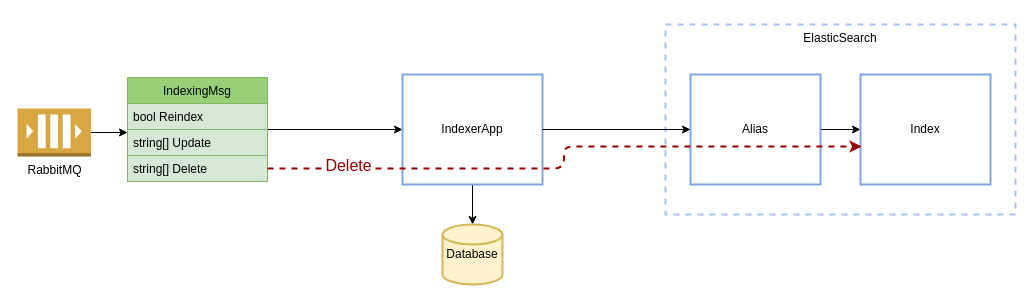
Above: page "indexer-delete" (2 of 5) of doc/indexer-app.drawio in ozzy-ext-mylab/indexer-app (draw.io), before the change. Source tidied: cells renumbered, new cells numbered last; positions are measured from the earlier drawing's top-left corner, leaving out a move shared by most shapes. Both pictures are drawn from the tidied source at 100%, with x=0, y=0 at pixel (17, 24).
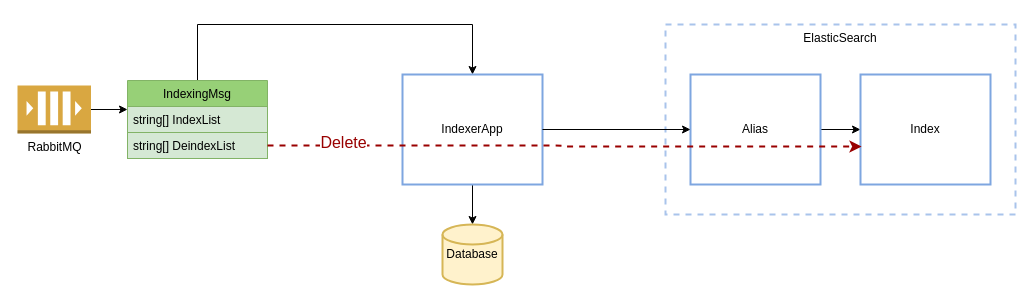
The same diagram, later.

The change refers to these unchanged cells:
```xml
<mxCell id="11" value="IndexerApp" style="rounded=0;whiteSpace=wrap;html=1;verticalAlign=middle;strokeWidth=2;strokeColor=#7EA6E0;" parent="1" vertex="1">
  <mxGeometry x="385" y="50" width="140" height="110" as="geometry" />
</mxCell>
```

Diff of the diagram source:
```diff
@@
     <mxCell id="4" value="RabbitMQ" style="outlineConnect=0;dashed=0;verticalLabelPosition=bottom;verticalAlign=top;align=center;html=1;shape=mxgraph.aws3.queue;fillColor=#D9A741;gradientColor=none;" parent="1" vertex="1">
-      <mxGeometry y="84" width="73.5" height="48" as="geometry" />
+      <mxGeometry y="61" width="73.5" height="48" as="geometry" />
     </mxCell>
-    <mxCell id="5" style="edgeStyle=orthogonalEdgeStyle;rounded=0;jettySize=auto;html=1;entryX=0;entryY=0.5;entryDx=0;entryDy=0;" parent="1" edge="1" source="6" target="11">
-      <mxGeometry relative="1" as="geometry" />
+    <mxCell id="5" style="edgeStyle=orthogonalEdgeStyle;rounded=0;jettySize=auto;html=1;entryX=0.5;entryY=0;entryDx=0;entryDy=0;exitX=0.5;exitY=0;exitDx=0;exitDy=0;" parent="1" edge="1" source="6" target="11">
+      <mxGeometry relative="1" as="geometry">
+        <Array as="points">
+          <mxPoint x="180" />
+          <mxPoint x="455" />
+        </Array>
+      </mxGeometry>
     </mxCell>
     <mxCell id="6" value="IndexingMsg" style="swimlane;fontStyle=0;horizontal=1;startSize=26;fillColor=#97D077;strokeColor=#82b366;" parent="1" vertex="1">
-      <mxGeometry x="110" y="53" width="140" height="104" as="geometry" />
+      <mxGeometry x="110" y="56" width="140" height="78" as="geometry" />
     </mxCell>
-    <mxCell id="7" value="bool Reindex" style="text;strokeColor=#82b366;fillColor=#d5e8d4;align=left;verticalAlign=top;spacingLeft=4;spacingRight=4;overflow=hidden;" parent="6" vertex="1">
-      <mxGeometry y="26" width="140" height="26" as="geometry" />
-    </mxCell>
-    <mxCell id="8" value="string[] Update " style="text;strokeColor=#82b366;fillColor=#d5e8d4;align=left;verticalAlign=top;spacingLeft=4;spacingRight=4;overflow=hidden;points=[[0,0.5],[1,0.5]];portConstraint=eastwest;" parent="6" vertex="1">
-      <mxGeometry y="52" width="140" height="26" as="geometry" />
+    <mxCell id="8" value="string[] IndexList" style="text;strokeColor=#82b366;fillColor=#d5e8d4;align=left;verticalAlign=top;spacingLeft=4;spacingRight=4;overflow=hidden;points=[[0,0.5],[1,0.5]];portConstraint=eastwest;" parent="6" vertex="1">
+      <mxGeometry y="26" width="140" height="26" as="geometry" />
     </mxCell>
-    <mxCell id="9" value="string[] Delete" style="text;strokeColor=#82b366;fillColor=#d5e8d4;align=left;verticalAlign=top;spacingLeft=4;spacingRight=4;overflow=hidden;points=[[0,0.5],[1,0.5]];portConstraint=eastwest;" parent="6" vertex="1">
-      <mxGeometry y="78" width="140" height="26" as="geometry" />
+    <mxCell id="9" value="string[] DeindexList" style="text;strokeColor=#82b366;fillColor=#d5e8d4;align=left;verticalAlign=top;spacingLeft=4;spacingRight=4;overflow=hidden;points=[[0,0.5],[1,0.5]];portConstraint=eastwest;" parent="6" vertex="1">
+      <mxGeometry y="52" width="140" height="26" as="geometry" />
     </mxCell>
```
